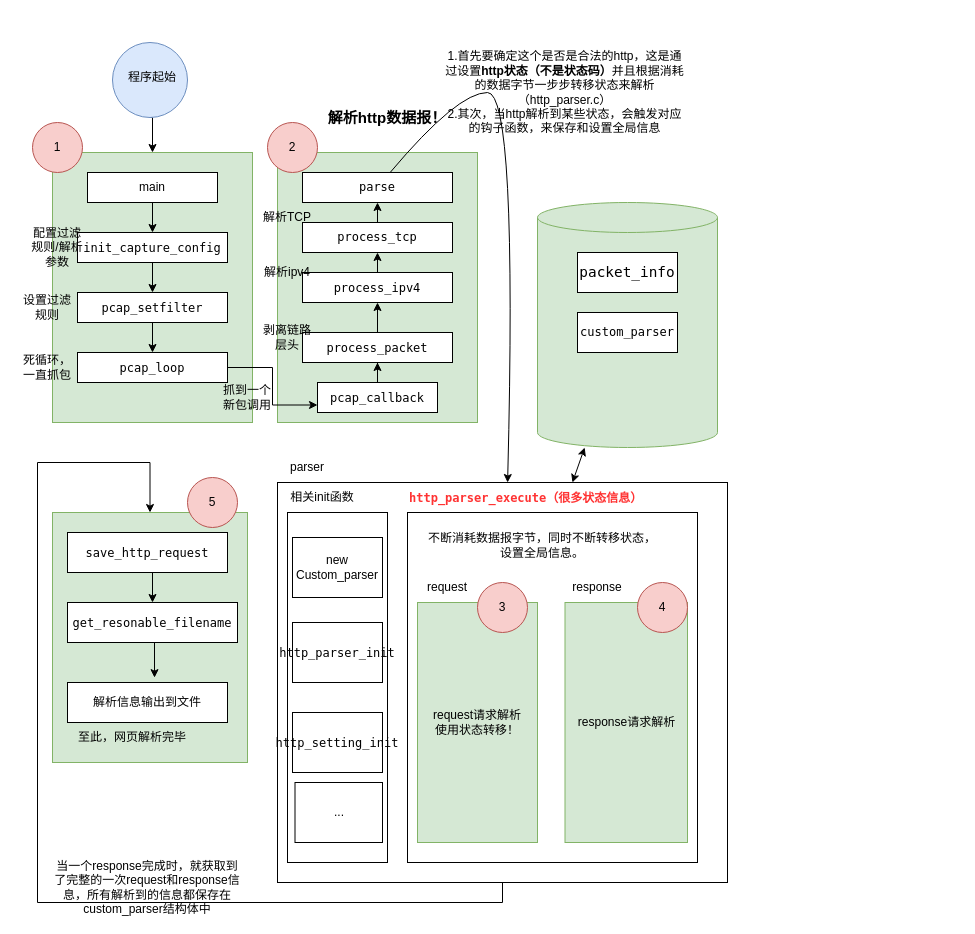
Above: httpflow-全局架构图.drawio in ksd11/charts (draw.io), before the change. Source tidied: cells renumbered, new cells numbered last; positions are measured from the earlier drawing's top-left corner, leaving out a move shared by most shapes. Both pictures are drawn from the tidied source at 100%, with x=0, y=0 at pixel (17, 42).
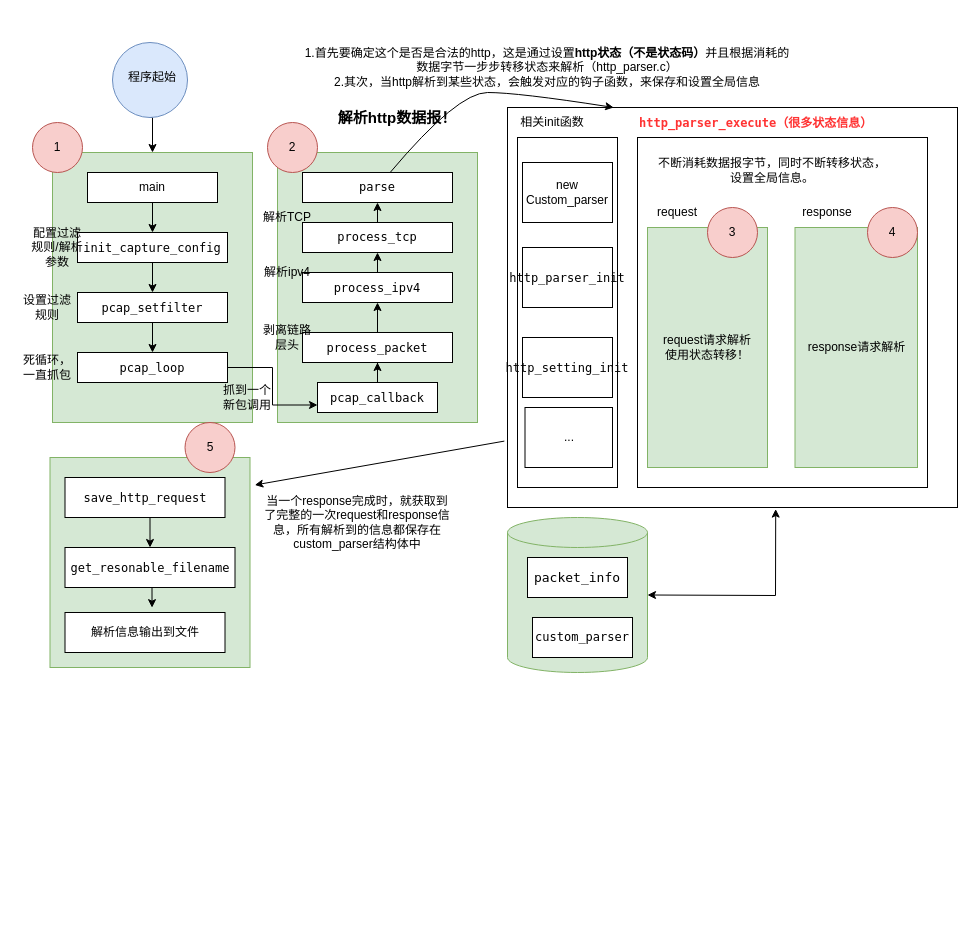
The same page after the edit.

Commit message (it also covers changes not shown here):
更新httpflow-全局架构图.drawio

Unchanged cells that the change refers to:
```xml
<mxCell id="25" value="&lt;div style=&quot;font-family: &amp;quot;JetBrains Mono&amp;quot;, &amp;quot;Fira Code&amp;quot;, Menlo, Monaco, &amp;quot;Courier New&amp;quot;, monospace, Consolas, &amp;quot;Courier New&amp;quot;, monospace; line-height: 22px;&quot;&gt;&lt;div style=&quot;line-height: 22px;&quot;&gt;&lt;div style=&quot;line-height: 22px;&quot;&gt;&lt;div style=&quot;line-height: 22px;&quot;&gt;&lt;div style=&quot;line-height: 19px;&quot;&gt;&lt;div style=&quot;line-height: 19px;&quot;&gt;&lt;font style=&quot;font-size: 12px;&quot;&gt;parse&lt;/font&gt;&lt;/div&gt;&lt;/div&gt;&lt;/div&gt;&lt;/div&gt;&lt;/div&gt;&lt;/div&gt;" style="rounded=0;whiteSpace=wrap;html=1;" parent="1" vertex="1">
  <mxGeometry x="285" y="130" width="150" height="30" as="geometry" />
</mxCell>
```

Change to the diagram source:
```diff
@@
-    <mxCell id="4" style="edgeStyle=orthogonalEdgeStyle;rounded=0;jettySize=auto;html=1;exitX=0.5;exitY=1;exitDx=0;exitDy=0;entryX=0.5;entryY=0;entryDx=0;entryDy=0;" parent="1" edge="1" source="5" target="29">
-      <mxGeometry relative="1" as="geometry">
-        <Array as="points">
-          <mxPoint x="485" y="860" />
-          <mxPoint x="20" y="860" />
-          <mxPoint x="20" y="420" />
-          <mxPoint x="133" y="420" />
-        </Array>
-      </mxGeometry>
-    </mxCell>
     <mxCell id="5" style="rounded=0;whiteSpace=wrap;html=1;" parent="1" vertex="1">
-      <mxGeometry x="260" y="440" width="450" height="400" as="geometry" />
+      <mxGeometry x="490" y="65" width="450" height="400" as="geometry" />
     </mxCell>
     <mxCell id="6" style="shape=cylinder3;whiteSpace=wrap;html=1;boundedLbl=1;backgroundOutline=1;size=15;fillColor=#d5e8d4;strokeColor=#82b366;" parent="1" vertex="1">
-      <mxGeometry x="520" y="160" width="180" height="245" as="geometry" />
+      <mxGeometry x="490" y="475" width="140" height="155" as="geometry" />
     </mxCell>
@@
     <mxCell id="26" value="&lt;div style=&quot;font-family: &amp;quot;JetBrains Mono&amp;quot;, &amp;quot;Fira Code&amp;quot;, Menlo, Monaco, &amp;quot;Courier New&amp;quot;, monospace, Consolas, &amp;quot;Courier New&amp;quot;, monospace; line-height: 19px;&quot;&gt;&lt;font style=&quot;font-size: 12px;&quot;&gt;custom_parser&lt;/font&gt;&lt;/div&gt;" style="rounded=0;whiteSpace=wrap;html=1;" parent="1" vertex="1">
-      <mxGeometry x="560" y="270" width="100" height="40" as="geometry" />
+      <mxGeometry x="515" y="575" width="100" height="40" as="geometry" />
     </mxCell>
-    <mxCell id="27" value="&lt;div style=&quot;font-family: &amp;quot;JetBrains Mono&amp;quot;, &amp;quot;Fira Code&amp;quot;, Menlo, Monaco, &amp;quot;Courier New&amp;quot;, monospace, Consolas, &amp;quot;Courier New&amp;quot;, monospace; font-size: 14.4px; line-height: 19px;&quot;&gt;packet_info&lt;/div&gt;" style="rounded=0;whiteSpace=wrap;html=1;" parent="1" vertex="1">
-      <mxGeometry x="560" y="210" width="100" height="40" as="geometry" />
+    <mxCell id="27" value="&lt;div style=&quot;font-family: &amp;quot;JetBrains Mono&amp;quot;, &amp;quot;Fira Code&amp;quot;, Menlo, Monaco, &amp;quot;Courier New&amp;quot;, monospace, Consolas, &amp;quot;Courier New&amp;quot;, monospace; line-height: 19px;&quot;&gt;&lt;font style=&quot;font-size: 13px;&quot;&gt;packet_info&lt;/font&gt;&lt;/div&gt;" style="rounded=0;whiteSpace=wrap;html=1;" parent="1" vertex="1">
+      <mxGeometry x="510" y="515" width="100" height="40" as="geometry" />
     </mxCell>
     <mxCell id="28" value="&lt;div style=&quot;font-family: &amp;quot;JetBrains Mono&amp;quot;, &amp;quot;Fira Code&amp;quot;, Menlo, Monaco, &amp;quot;Courier New&amp;quot;, monospace, Consolas, &amp;quot;Courier New&amp;quot;, monospace; line-height: 19px;&quot;&gt;&lt;div style=&quot;&quot;&gt;&lt;font color=&quot;#ff3333&quot; style=&quot;font-size: 12px;&quot;&gt;&lt;b&gt;http_parser_execute（很多状态信息）&lt;/b&gt;&lt;/font&gt;&lt;/div&gt;&lt;/div&gt;" style="text;whiteSpace=wrap;html=1;" parent="1" vertex="1">
-      <mxGeometry x="390" y="440" width="260" height="40" as="geometry" />
+      <mxGeometry x="620" y="65" width="260" height="40" as="geometry" />
     </mxCell>
     <mxCell id="29" style="rounded=0;whiteSpace=wrap;html=1;fillColor=#d5e8d4;strokeColor=#82b366;" parent="1" vertex="1">
-      <mxGeometry x="35" y="470" width="195" height="250" as="geometry" />
+      <mxGeometry x="32.5" y="415" width="200" height="210" as="geometry" />
     </mxCell>
@@
     <mxCell id="31" value="&lt;div style=&quot;font-family: &amp;quot;JetBrains Mono&amp;quot;, &amp;quot;Fira Code&amp;quot;, Menlo, Monaco, &amp;quot;Courier New&amp;quot;, monospace, Consolas, &amp;quot;Courier New&amp;quot;, monospace; line-height: 22px;&quot;&gt;&lt;font style=&quot;font-size: 12px;&quot;&gt;save_http_request&lt;/font&gt;&lt;/div&gt;" style="rounded=0;whiteSpace=wrap;html=1;" parent="1" vertex="1">
-      <mxGeometry x="50" y="490" width="160" height="40" as="geometry" />
+      <mxGeometry x="47.5" y="435" width="160" height="40" as="geometry" />
     </mxCell>
@@
     <mxCell id="33" value="&lt;div style=&quot;font-family: &amp;quot;JetBrains Mono&amp;quot;, &amp;quot;Fira Code&amp;quot;, Menlo, Monaco, &amp;quot;Courier New&amp;quot;, monospace, Consolas, &amp;quot;Courier New&amp;quot;, monospace; line-height: 22px;&quot;&gt;&lt;font style=&quot;font-size: 12px;&quot;&gt;get_resonable_filename&lt;/font&gt;&lt;/div&gt;" style="rounded=0;whiteSpace=wrap;html=1;" parent="1" vertex="1">
-      <mxGeometry x="50" y="560" width="170" height="40" as="geometry" />
+      <mxGeometry x="47.5" y="505" width="170" height="40" as="geometry" />
     </mxCell>
     <mxCell id="34" value="解析信息输出到文件" style="rounded=0;whiteSpace=wrap;html=1;" parent="1" vertex="1">
-      <mxGeometry x="50" y="640" width="160" height="40" as="geometry" />
+      <mxGeometry x="47.5" y="570" width="160" height="40" as="geometry" />
     </mxCell>
-    <mxCell id="35" value="parser" style="text;html=1;strokeColor=none;fillColor=none;align=center;verticalAlign=middle;whiteSpace=wrap;rounded=0;" parent="1" vertex="1">
-      <mxGeometry x="260" y="410" width="60" height="30" as="geometry" />
-    </mxCell>
     <mxCell id="36" style="rounded=0;whiteSpace=wrap;html=1;" parent="1" vertex="1">
-      <mxGeometry x="390" y="470" width="290" height="350" as="geometry" />
+      <mxGeometry x="620" y="95" width="290" height="350" as="geometry" />
     </mxCell>
     <mxCell id="37" value="request" style="text;html=1;strokeColor=none;fillColor=none;align=center;verticalAlign=middle;whiteSpace=wrap;rounded=0;" parent="1" vertex="1">
-      <mxGeometry x="400" y="530" width="60" height="30" as="geometry" />
+      <mxGeometry x="630" y="155" width="60" height="30" as="geometry" />
     </mxCell>
     <mxCell id="38" value="request请求解析&lt;br&gt;使用状态转移！" style="rounded=0;whiteSpace=wrap;html=1;fillColor=#d5e8d4;strokeColor=#82b366;" parent="1" vertex="1">
-      <mxGeometry x="400" y="560" width="120" height="240" as="geometry" />
+      <mxGeometry x="630" y="185" width="120" height="240" as="geometry" />
     </mxCell>
     <mxCell id="39" value="response请求解析" style="rounded=0;whiteSpace=wrap;html=1;fillColor=#d5e8d4;strokeColor=#82b366;" parent="1" vertex="1">
-      <mxGeometry x="547.5" y="560" width="122.5" height="240" as="geometry" />
+      <mxGeometry x="777.5" y="185" width="122.5" height="240" as="geometry" />
     </mxCell>
     <mxCell id="40" value="response" style="text;html=1;strokeColor=none;fillColor=none;align=center;verticalAlign=middle;whiteSpace=wrap;rounded=0;" parent="1" vertex="1">
-      <mxGeometry x="550" y="530" width="60" height="30" as="geometry" />
+      <mxGeometry x="780" y="155" width="60" height="30" as="geometry" />
     </mxCell>
     <mxCell id="41" style="rounded=0;whiteSpace=wrap;html=1;" parent="1" vertex="1">
-      <mxGeometry x="270" y="470" width="100" height="350" as="geometry" />
+      <mxGeometry x="500" y="95" width="100" height="350" as="geometry" />
     </mxCell>
     <mxCell id="42" value="new Custom_parser" style="rounded=0;whiteSpace=wrap;html=1;" parent="1" vertex="1">
-      <mxGeometry x="275" y="495" width="90" height="60" as="geometry" />
+      <mxGeometry x="505" y="120" width="90" height="60" as="geometry" />
     </mxCell>
     <mxCell id="43" value="&lt;div style=&quot;font-family: &amp;quot;JetBrains Mono&amp;quot;, &amp;quot;Fira Code&amp;quot;, Menlo, Monaco, &amp;quot;Courier New&amp;quot;, monospace, Consolas, &amp;quot;Courier New&amp;quot;, monospace; line-height: 22px;&quot;&gt;&lt;font style=&quot;font-size: 12px;&quot;&gt;http_setting_init&lt;/font&gt;&lt;/div&gt;" style="rounded=0;whiteSpace=wrap;html=1;" parent="1" vertex="1">
-      <mxGeometry x="275" y="670" width="90" height="60" as="geometry" />
+      <mxGeometry x="505" y="295" width="90" height="60" as="geometry" />
     </mxCell>
     <mxCell id="44" value="&lt;div style=&quot;font-family: &amp;quot;JetBrains Mono&amp;quot;, &amp;quot;Fira Code&amp;quot;, Menlo, Monaco, &amp;quot;Courier New&amp;quot;, monospace, Consolas, &amp;quot;Courier New&amp;quot;, monospace; line-height: 22px;&quot;&gt;&lt;font style=&quot;font-size: 12px;&quot;&gt;http_parser_init&lt;/font&gt;&lt;/div&gt;" style="rounded=0;whiteSpace=wrap;html=1;" parent="1" vertex="1">
-      <mxGeometry x="275" y="580" width="90" height="60" as="geometry" />
+      <mxGeometry x="505" y="205" width="90" height="60" as="geometry" />
     </mxCell>
     <mxCell id="45" value="..." style="rounded=0;whiteSpace=wrap;html=1;" parent="1" vertex="1">
-      <mxGeometry x="277.5" y="740" width="87.5" height="60" as="geometry" />
+      <mxGeometry x="507.5" y="365" width="87.5" height="60" as="geometry" />
     </mxCell>
     <mxCell id="46" value="相关init函数" style="text;html=1;strokeColor=none;fillColor=none;align=center;verticalAlign=middle;whiteSpace=wrap;rounded=0;" parent="1" vertex="1">
-      <mxGeometry x="270" y="440" width="70" height="30" as="geometry" />
+      <mxGeometry x="500" y="65" width="70" height="30" as="geometry" />
     </mxCell>
-    <mxCell id="47" style="endArrow=classic;startArrow=classic;html=1;rounded=0;" parent="1" edge="1" source="5" target="6">
-      <mxGeometry relative="1" as="geometry" />
-    </mxCell>
-    <mxCell id="48" style="curved=1;endArrow=classic;html=1;rounded=0;" parent="1" edge="1" source="25" target="5">
+    <mxCell id="48" style="curved=1;endArrow=classic;html=1;rounded=0;entryX=0.236;entryY=0;entryDx=0;entryDy=0;entryPerimeter=0;" parent="1" edge="1" source="25" target="5">
       <mxGeometry relative="1" as="geometry">
         <Array as="points">
           <mxPoint x="440" y="50" />
           <mxPoint x="500" y="50" />
         </Array>
       </mxGeometry>
     </mxCell>
@@
     <mxCell id="57" value="1.首先要确定这个是否是合法的http，这是通过设置&lt;b&gt;http状态（不是状态码）&lt;/b&gt;并且根据消耗的数据字节一步步转移状态来解析（http_parser.c）&lt;br&gt;2.其次，当http解析到某些状态，会触发对应的钩子函数，来保存和设置全局信息" style="text;html=1;strokeColor=none;fillColor=none;align=center;verticalAlign=middle;whiteSpace=wrap;rounded=0;" parent="1" vertex="1">
-      <mxGeometry x="425" width="245" height="100" as="geometry" />
+      <mxGeometry x="281.5" y="-25" width="496" height="100" as="geometry" />
     </mxCell>
     <mxCell id="58" value="&lt;font style=&quot;font-size: 15px;&quot;&gt;&lt;b&gt;解析http数据报！&lt;/b&gt;&lt;/font&gt;" style="text;html=1;strokeColor=none;fillColor=none;align=center;verticalAlign=middle;whiteSpace=wrap;rounded=0;" parent="1" vertex="1">
-      <mxGeometry x="300" y="60" width="140" height="30" as="geometry" />
+      <mxGeometry x="310" y="60" width="140" height="30" as="geometry" />
     </mxCell>
     <mxCell id="59" value="不断消耗数据报字节，同时不断转移状态，设置全局信息。" style="text;html=1;strokeColor=none;fillColor=none;align=center;verticalAlign=middle;whiteSpace=wrap;rounded=0;" parent="1" vertex="1">
-      <mxGeometry x="405" y="475" width="240" height="55" as="geometry" />
+      <mxGeometry x="635" y="100" width="240" height="55" as="geometry" />
     </mxCell>
     <mxCell id="60" value="当一个response完成时，就获取到了完整的一次request和response信息，所有解析到的信息都保存在custom_parser结构体中" style="text;html=1;strokeColor=none;fillColor=none;align=center;verticalAlign=middle;whiteSpace=wrap;rounded=0;" parent="1" vertex="1">
-      <mxGeometry x="35" y="830" width="190" height="30" as="geometry" />
+      <mxGeometry x="245" y="465" width="190" height="30" as="geometry" />
     </mxCell>
-    <mxCell id="61" value="至此，网页解析完毕" style="text;html=1;strokeColor=none;fillColor=none;align=center;verticalAlign=middle;whiteSpace=wrap;rounded=0;" parent="1" vertex="1">
-      <mxGeometry x="60" y="680" width="110" height="30" as="geometry" />
-    </mxCell>
@@
     <mxCell id="64" value="3" style="ellipse;whiteSpace=wrap;html=1;fillColor=#f8cecc;strokeColor=#b85450;" parent="1" vertex="1">
-      <mxGeometry x="460" y="540" width="50" height="50" as="geometry" />
+      <mxGeometry x="690" y="165" width="50" height="50" as="geometry" />
     </mxCell>
     <mxCell id="65" value="4" style="ellipse;whiteSpace=wrap;html=1;fillColor=#f8cecc;strokeColor=#b85450;" parent="1" vertex="1">
-      <mxGeometry x="620" y="540" width="50" height="50" as="geometry" />
+      <mxGeometry x="850" y="165" width="50" height="50" as="geometry" />
     </mxCell>
     <mxCell id="66" value="5" style="ellipse;whiteSpace=wrap;html=1;fillColor=#f8cecc;strokeColor=#b85450;" parent="1" vertex="1">
-      <mxGeometry x="170" y="435" width="50" height="50" as="geometry" />
+      <mxGeometry x="167.5" y="380" width="50" height="50" as="geometry" />
     </mxCell>
+    <mxCell id="4" style="endArrow=classic;html=1;rounded=0;exitX=-0.007;exitY=0.834;exitDx=0;exitDy=0;exitPerimeter=0;entryX=1.024;entryY=0.131;entryDx=0;entryDy=0;entryPerimeter=0;" parent="1" edge="1" source="5" target="29">
+      <mxGeometry relative="1" as="geometry" />
+    </mxCell>
+    <mxCell id="67" style="endArrow=classic;startArrow=classic;html=1;rounded=0;exitX=1;exitY=0.5;exitDx=0;exitDy=0;exitPerimeter=0;entryX=0.596;entryY=1.004;entryDx=0;entryDy=0;entryPerimeter=0;" parent="1" edge="1" source="6" target="5">
+      <mxGeometry relative="1" as="geometry">
+        <Array as="points">
+          <mxPoint x="758" y="553" />
+        </Array>
+      </mxGeometry>
+    </mxCell>
```
